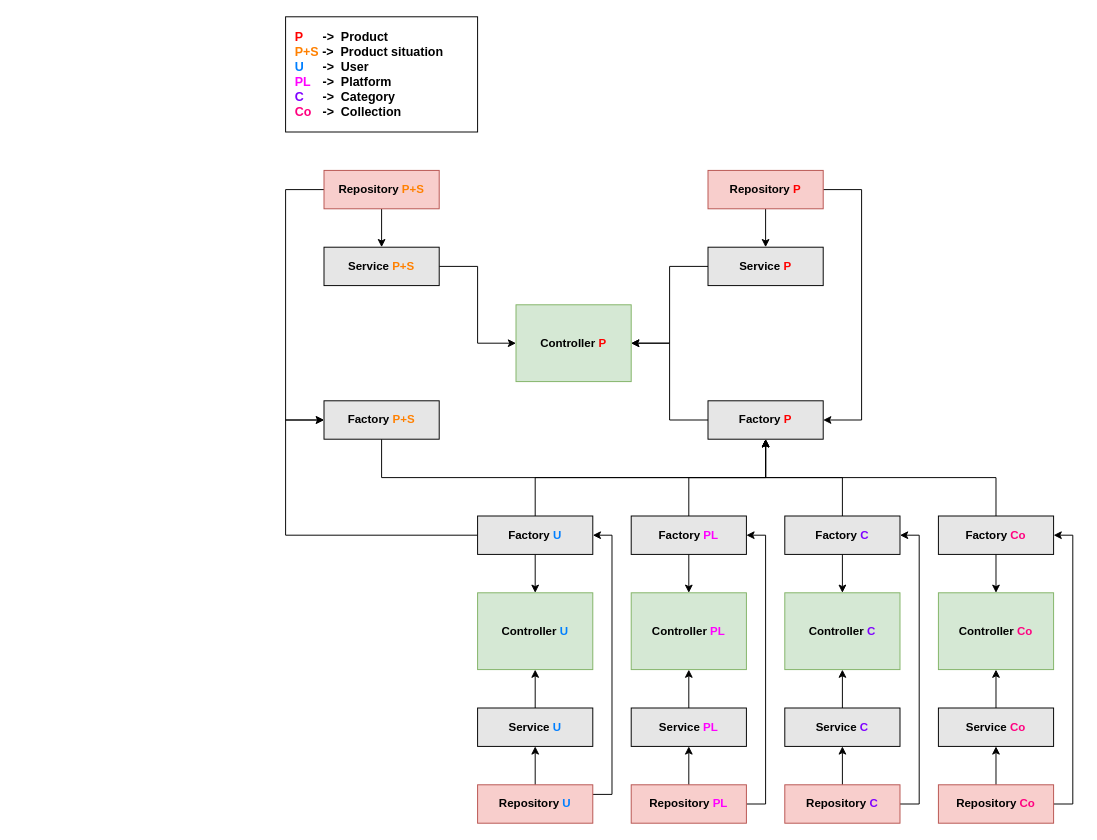
This is src/main/resources/warehouse.drawio from Rafael24595/java-warehouse-rest, a draw.io file, before an edit. Source tidied: cells renumbered, new cells numbered last; positions are measured from the earlier drawing's top-left corner, leaving out a move shared by most shapes. Both pictures are drawn from the tidied source at 96%, with x=0, y=0 at pixel (285, 16).
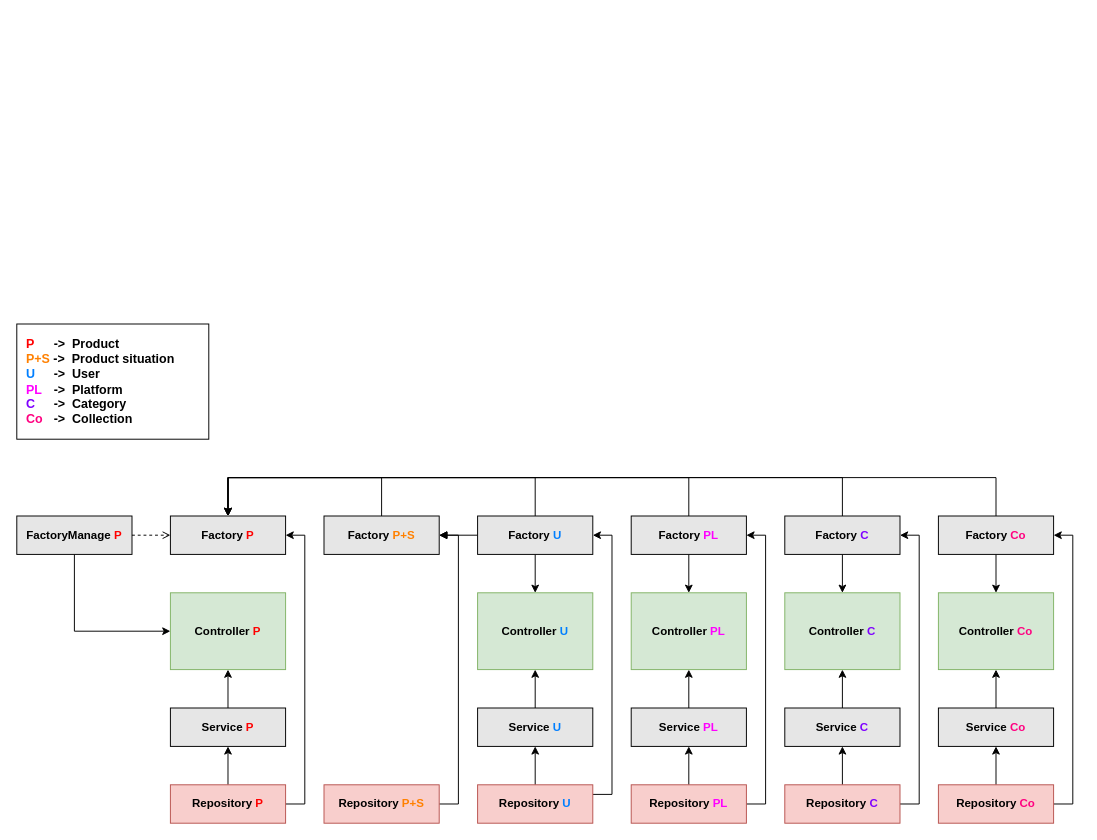
Above is the later version.

Unchanged cells that the change refers to:
```xml
<mxCell id="14" value="Factory &lt;font color=&quot;#007fff&quot;&gt;U&lt;/font&gt;" style="rounded=0;whiteSpace=wrap;html=1;fontStyle=1;fillColor=#E6E6E6;" parent="1" vertex="1">
  <mxGeometry x="200" y="520" width="120" height="40" as="geometry" />
</mxCell>
<mxCell id="17" value="Factory &lt;font color=&quot;#ff00ff&quot;&gt;PL&lt;/font&gt;" style="rounded=0;whiteSpace=wrap;html=1;fontStyle=1;fillColor=#E6E6E6;" parent="1" vertex="1">
  <mxGeometry x="360" y="520" width="120" height="40" as="geometry" />
</mxCell>
<mxCell id="20" value="Factory &lt;font color=&quot;#7f00ff&quot;&gt;C&lt;/font&gt;" style="rounded=0;whiteSpace=wrap;html=1;fontStyle=1;fillColor=#E6E6E6;" parent="1" vertex="1">
  <mxGeometry x="520" y="520" width="120" height="40" as="geometry" />
</mxCell>
<mxCell id="28" value="&lt;span style=&quot;&quot;&gt;Controller &lt;font color=&quot;#007fff&quot; style=&quot;font-size: 12px;&quot;&gt;U&lt;/font&gt;&lt;/span&gt;" style="rounded=0;whiteSpace=wrap;html=1;fontStyle=1;fillColor=#d5e8d4;shadow=0;glass=0;sketch=0;strokeColor=#82b366;" parent="1" vertex="1">
  <mxGeometry x="200" y="600" width="120" height="80" as="geometry" />
</mxCell>
<mxCell id="29" value="&lt;span style=&quot;&quot;&gt;Controller &lt;font color=&quot;#ff00ff&quot; style=&quot;font-size: 12px;&quot;&gt;PL&lt;/font&gt;&lt;/span&gt;" style="rounded=0;whiteSpace=wrap;html=1;fontStyle=1;fillColor=#d5e8d4;shadow=0;glass=0;sketch=0;strokeColor=#82b366;" parent="1" vertex="1">
  <mxGeometry x="360" y="600" width="120" height="80" as="geometry" />
</mxCell>
<mxCell id="48" value="Factory &lt;font color=&quot;#ff0080&quot;&gt;Co&lt;/font&gt;" style="rounded=0;whiteSpace=wrap;html=1;fontStyle=1;fillColor=#E6E6E6;" parent="1" vertex="1">
  <mxGeometry x="680" y="520" width="120" height="40" as="geometry" />
</mxCell>
```

Change to the diagram source:
```diff
@@
-    <mxCell id="2" value="&lt;span style=&quot;&quot;&gt;Controller &lt;font style=&quot;font-size: 12px;&quot; color=&quot;#ff0000&quot;&gt;P&lt;/font&gt;&lt;/span&gt;" style="rounded=0;whiteSpace=wrap;html=1;fontStyle=1;shadow=0;glass=0;sketch=0;fillStyle=auto;fillColor=#d5e8d4;strokeColor=#82b366;" parent="1" vertex="1">
-      <mxGeometry x="240" y="300" width="120" height="80" as="geometry" />
-    </mxCell>
-    <mxCell id="3" style="edgeStyle=orthogonalEdgeStyle;rounded=0;jettySize=auto;html=1;entryX=1;entryY=0.5;entryDx=0;entryDy=0;fontStyle=1;" parent="1" edge="1" source="5" target="2">
-      <mxGeometry relative="1" as="geometry" />
-    </mxCell>
-    <mxCell id="4" style="edgeStyle=orthogonalEdgeStyle;rounded=0;jettySize=auto;html=1;fontStyle=1;exitX=1;exitY=0.5;exitDx=0;exitDy=0;" parent="1" edge="1" source="22">
-      <mxGeometry relative="1" as="geometry">
-        <mxPoint x="560" y="420" as="targetPoint" />
-        <Array as="points">
-          <mxPoint x="600" y="180" />
-          <mxPoint x="600" y="420" />
-        </Array>
-      </mxGeometry>
-    </mxCell>
-    <mxCell id="5" value="Service &lt;font color=&quot;#ff0000&quot;&gt;P&lt;/font&gt;" style="rounded=0;whiteSpace=wrap;html=1;fontStyle=1;fillColor=#E6E6E6;" parent="1" vertex="1">
-      <mxGeometry x="440" y="240" width="120" height="40" as="geometry" />
-    </mxCell>
-    <mxCell id="6" style="edgeStyle=orthogonalEdgeStyle;rounded=0;jettySize=auto;html=1;entryX=0;entryY=0.5;entryDx=0;entryDy=0;fontStyle=1;" parent="1" edge="1" source="8" target="2">
-      <mxGeometry relative="1" as="geometry" />
-    </mxCell>
-    <mxCell id="7" style="edgeStyle=orthogonalEdgeStyle;rounded=0;jettySize=auto;html=1;exitX=0;exitY=0.5;exitDx=0;exitDy=0;entryX=0;entryY=0.5;entryDx=0;entryDy=0;fontStyle=1;" parent="1" edge="1" source="24" target="26">
-      <mxGeometry relative="1" as="geometry">
-        <Array as="points">
-          <mxPoint y="180" />
-          <mxPoint y="420" />
-        </Array>
-      </mxGeometry>
-    </mxCell>
-    <mxCell id="8" value="Service &lt;font color=&quot;#ff8000&quot;&gt;P+S&lt;/font&gt;" style="rounded=0;whiteSpace=wrap;html=1;fontStyle=1;fillColor=#E6E6E6;" parent="1" vertex="1">
-      <mxGeometry x="40" y="240" width="120" height="40" as="geometry" />
-    </mxCell>
-    <mxCell id="9" style="edgeStyle=orthogonalEdgeStyle;rounded=0;jettySize=auto;html=1;entryX=1;entryY=0.5;entryDx=0;entryDy=0;fontStyle=1;" parent="1" edge="1" source="10" target="2">
-      <mxGeometry relative="1" as="geometry" />
-    </mxCell>
-    <mxCell id="10" value="Factory &lt;font color=&quot;#ff0000&quot;&gt;P&lt;/font&gt;" style="rounded=0;whiteSpace=wrap;html=1;fontStyle=1;fillColor=#E6E6E6;" parent="1" vertex="1">
-      <mxGeometry x="440" y="400" width="120" height="40" as="geometry" />
-    </mxCell>
+    <mxCell id="12" style="edgeStyle=orthogonalEdgeStyle;rounded=0;jumpStyle=none;jettySize=auto;html=1;fontSize=12;fontColor=#7F00FF;endArrow=classic;endFill=1;" parent="1" edge="1" source="14" target="28">
+      <mxGeometry relative="1" as="geometry" />
+    </mxCell>
-    <mxCell id="11" style="edgeStyle=orthogonalEdgeStyle;rounded=0;jettySize=auto;html=1;entryX=0;entryY=0.5;entryDx=0;entryDy=0;fontStyle=1;" parent="1" edge="1" source="14" target="26">
-      <mxGeometry relative="1" as="geometry">
-        <Array as="points">
-          <mxPoint y="540" />
-          <mxPoint y="420" />
-        </Array>
-      </mxGeometry>
+    <mxCell id="11" style="edgeStyle=orthogonalEdgeStyle;rounded=0;jettySize=auto;html=1;entryX=1;entryY=0.5;entryDx=0;entryDy=0;endArrow=block;endFill=1;" parent="1" edge="1" source="14" target="26">
+      <mxGeometry relative="1" as="geometry" />
     </mxCell>
-    <mxCell id="12" style="edgeStyle=orthogonalEdgeStyle;rounded=0;jumpStyle=none;jettySize=auto;html=1;fontSize=12;fontColor=#7F00FF;endArrow=classic;endFill=1;" parent="1" edge="1" source="14" target="28">
-      <mxGeometry relative="1" as="geometry" />
-    </mxCell>
-    <mxCell id="13" style="edgeStyle=orthogonalEdgeStyle;rounded=0;jettySize=auto;html=1;entryX=0.5;entryY=1;entryDx=0;entryDy=0;" parent="1" edge="1" source="14" target="10">
+    <mxCell id="13" style="edgeStyle=orthogonalEdgeStyle;rounded=0;jettySize=auto;html=1;entryX=0.5;entryY=0;entryDx=0;entryDy=0;endArrow=classic;endFill=1;" parent="1" edge="1" source="14" target="10">
       <mxGeometry relative="1" as="geometry">
         <Array as="points">
           <mxPoint x="260" y="480" />
-          <mxPoint x="500" y="480" />
+          <mxPoint x="-60" y="480" />
         </Array>
       </mxGeometry>
     </mxCell>
@@
+    <mxCell id="16" style="edgeStyle=orthogonalEdgeStyle;rounded=0;jumpStyle=none;jettySize=auto;html=1;entryX=0.5;entryY=0;entryDx=0;entryDy=0;fontSize=12;fontColor=#7F00FF;endArrow=classic;endFill=1;" parent="1" edge="1" source="17" target="29">
+      <mxGeometry relative="1" as="geometry" />
+    </mxCell>
-    <mxCell id="15" style="edgeStyle=orthogonalEdgeStyle;rounded=0;jettySize=auto;html=1;entryX=0.5;entryY=1;entryDx=0;entryDy=0;fontStyle=1;" parent="1" edge="1" source="17" target="10">
-      <mxGeometry relative="1" as="geometry" />
+    <mxCell id="15" style="edgeStyle=orthogonalEdgeStyle;rounded=0;jettySize=auto;html=1;entryX=0.5;entryY=0;entryDx=0;entryDy=0;endArrow=classic;endFill=1;" parent="1" edge="1" source="17" target="10">
+      <mxGeometry relative="1" as="geometry">
+        <Array as="points">
+          <mxPoint x="420" y="480" />
+          <mxPoint x="-60" y="480" />
+        </Array>
+      </mxGeometry>
     </mxCell>
-    <mxCell id="16" style="edgeStyle=orthogonalEdgeStyle;rounded=0;jumpStyle=none;jettySize=auto;html=1;entryX=0.5;entryY=0;entryDx=0;entryDy=0;fontSize=12;fontColor=#7F00FF;endArrow=classic;endFill=1;" parent="1" edge="1" source="17" target="29">
-      <mxGeometry relative="1" as="geometry" />
-    </mxCell>
@@
-    <mxCell id="19" style="edgeStyle=orthogonalEdgeStyle;rounded=0;jettySize=auto;html=1;entryX=0.5;entryY=1;entryDx=0;entryDy=0;" parent="1" edge="1" source="20" target="10">
-      <mxGeometry relative="1" as="geometry" />
+    <mxCell id="19" style="edgeStyle=orthogonalEdgeStyle;rounded=0;jettySize=auto;html=1;entryX=0.5;entryY=0;entryDx=0;entryDy=0;endArrow=classic;endFill=1;" parent="1" edge="1" source="20" target="10">
+      <mxGeometry relative="1" as="geometry">
+        <Array as="points">
+          <mxPoint x="580" y="480" />
+          <mxPoint x="-60" y="480" />
+        </Array>
+      </mxGeometry>
     </mxCell>
@@
-    <mxCell id="21" style="edgeStyle=orthogonalEdgeStyle;rounded=0;jettySize=auto;html=1;entryX=0.5;entryY=0;entryDx=0;entryDy=0;fontStyle=1;" parent="1" edge="1" source="22" target="5">
-      <mxGeometry relative="1" as="geometry" />
-    </mxCell>
-    <mxCell id="22" value="Repository &lt;font color=&quot;#ff0000&quot;&gt;P&lt;/font&gt;" style="rounded=0;whiteSpace=wrap;html=1;fontStyle=1;fillColor=#f8cecc;strokeColor=#b85450;" parent="1" vertex="1">
-      <mxGeometry x="440" y="160" width="120" height="40" as="geometry" />
-    </mxCell>
-    <mxCell id="23" style="edgeStyle=orthogonalEdgeStyle;rounded=0;jettySize=auto;html=1;fontStyle=1;" parent="1" edge="1" source="24" target="8">
-      <mxGeometry relative="1" as="geometry" />
-    </mxCell>
+    <mxCell id="7" style="edgeStyle=orthogonalEdgeStyle;rounded=0;jettySize=auto;html=1;entryX=1;entryY=0.5;entryDx=0;entryDy=0;endArrow=block;endFill=1;" parent="1" edge="1" source="24" target="26">
+      <mxGeometry relative="1" as="geometry">
+        <Array as="points">
+          <mxPoint x="180" y="820" />
+          <mxPoint x="180" y="540" />
+        </Array>
+      </mxGeometry>
+    </mxCell>
     <mxCell id="24" value="Repository &lt;font color=&quot;#ff8000&quot;&gt;P+S&lt;/font&gt;" style="rounded=0;whiteSpace=wrap;html=1;fontStyle=1;fillColor=#f8cecc;strokeColor=#b85450;" parent="1" vertex="1">
-      <mxGeometry x="40" y="160" width="120" height="40" as="geometry" />
+      <mxGeometry x="40" y="800" width="120" height="40" as="geometry" />
     </mxCell>
-    <mxCell id="25" style="edgeStyle=orthogonalEdgeStyle;rounded=0;jettySize=auto;html=1;entryX=0.5;entryY=1;entryDx=0;entryDy=0;fontStyle=1;" parent="1" edge="1" source="26" target="10">
+    <mxCell id="25" style="edgeStyle=orthogonalEdgeStyle;rounded=0;jettySize=auto;html=1;entryX=0.5;entryY=0;entryDx=0;entryDy=0;endArrow=classic;endFill=1;" parent="1" edge="1" source="26" target="10">
       <mxGeometry relative="1" as="geometry">
         <Array as="points">
           <mxPoint x="100" y="480" />
-          <mxPoint x="500" y="480" />
+          <mxPoint x="-60" y="480" />
         </Array>
       </mxGeometry>
     </mxCell>
     <mxCell id="26" value="Factory &lt;font color=&quot;#ff8000&quot;&gt;P+S&lt;/font&gt;" style="rounded=0;whiteSpace=wrap;html=1;fontStyle=1;fillColor=#E6E6E6;" parent="1" vertex="1">
-      <mxGeometry x="40" y="400" width="120" height="40" as="geometry" />
+      <mxGeometry x="40" y="520" width="120" height="40" as="geometry" />
     </mxCell>
     <mxCell id="27" value="&lt;font color=&quot;#ff0000&quot;&gt;P&lt;/font&gt; &lt;span style=&quot;white-space: pre;&quot;&gt;&#9;&lt;/span&gt;-&amp;gt;&amp;nbsp; Product&lt;br style=&quot;&quot;&gt;&lt;font color=&quot;#ff8000&quot;&gt;P+S&lt;/font&gt; -&amp;gt;&amp;nbsp; Product situation&lt;br style=&quot;&quot;&gt;&lt;font color=&quot;#007fff&quot;&gt;U&lt;/font&gt; &lt;span style=&quot;white-space: pre;&quot;&gt;&#9;&lt;/span&gt;-&amp;gt;&amp;nbsp; User&lt;br style=&quot;&quot;&gt;&lt;font color=&quot;#ff00ff&quot;&gt;PL&lt;/font&gt; &lt;span style=&quot;white-space: pre;&quot;&gt;&#9;&lt;/span&gt;-&amp;gt;&amp;nbsp; Platform&lt;br style=&quot;&quot;&gt;&lt;div style=&quot;&quot;&gt;&lt;span style=&quot;background-color: initial;&quot;&gt;&lt;font color=&quot;#7f00ff&quot;&gt;C&lt;/font&gt; &lt;span style=&quot;white-space: pre;&quot;&gt;&#9;&lt;/span&gt;-&amp;gt;&amp;nbsp; Category&lt;/span&gt;&lt;/div&gt;&lt;div style=&quot;&quot;&gt;&lt;span style=&quot;background-color: initial;&quot;&gt;&lt;font color=&quot;#ff0080&quot;&gt;Co&lt;/font&gt;&lt;span style=&quot;white-space: pre;&quot;&gt;&#9;&lt;/span&gt;-&amp;gt;&amp;nbsp; Collection&lt;/span&gt;&lt;/div&gt;" style="rounded=0;whiteSpace=wrap;html=1;fontSize=13;align=left;fontStyle=1;spacing=10;" parent="1" vertex="1">
-      <mxGeometry width="200" height="120" as="geometry" />
+      <mxGeometry x="-280" y="320" width="200" height="120" as="geometry" />
     </mxCell>
@@
-    <mxCell id="47" style="edgeStyle=orthogonalEdgeStyle;rounded=0;jettySize=auto;html=1;entryX=0.5;entryY=1;entryDx=0;entryDy=0;fontColor=#FF0080;" parent="1" edge="1" source="48" target="10">
+    <mxCell id="47" style="edgeStyle=orthogonalEdgeStyle;rounded=0;jettySize=auto;html=1;entryX=0.5;entryY=0;entryDx=0;entryDy=0;endArrow=classic;endFill=1;" parent="1" edge="1" source="48" target="10">
       <mxGeometry relative="1" as="geometry">
         <Array as="points">
           <mxPoint x="740" y="480" />
-          <mxPoint x="500" y="480" />
+          <mxPoint x="-60" y="480" />
         </Array>
       </mxGeometry>
     </mxCell>
@@
+    <mxCell id="10" value="Factory &lt;font color=&quot;#ff0000&quot;&gt;P&lt;/font&gt;" style="rounded=0;whiteSpace=wrap;html=1;fontStyle=1;fillColor=#E6E6E6;" parent="1" vertex="1">
+      <mxGeometry x="-120" y="520" width="120" height="40" as="geometry" />
+    </mxCell>
+    <mxCell id="55" style="edgeStyle=orthogonalEdgeStyle;rounded=0;jettySize=auto;html=1;entryX=0;entryY=0.5;entryDx=0;entryDy=0;endArrow=classic;endFill=1;" parent="1" edge="1" source="57" target="2">
+      <mxGeometry relative="1" as="geometry">
+        <Array as="points">
+          <mxPoint x="-220" y="640" />
+        </Array>
+      </mxGeometry>
+    </mxCell>
+    <mxCell id="56" style="edgeStyle=orthogonalEdgeStyle;rounded=0;jettySize=auto;html=1;entryX=0;entryY=0.5;entryDx=0;entryDy=0;endArrow=open;endFill=0;dashed=1;" parent="1" edge="1" source="57" target="10">
+      <mxGeometry relative="1" as="geometry" />
+    </mxCell>
+    <mxCell id="57" value="FactoryManage&amp;nbsp;&lt;font color=&quot;#ff0000&quot;&gt;P&lt;/font&gt;" style="rounded=0;whiteSpace=wrap;html=1;fontStyle=1;fillColor=#E6E6E6;" parent="1" vertex="1">
+      <mxGeometry x="-280" y="520" width="120" height="40" as="geometry" />
+    </mxCell>
+    <mxCell id="2" value="&lt;span style=&quot;&quot;&gt;Controller &lt;font style=&quot;font-size: 12px;&quot; color=&quot;#ff0000&quot;&gt;P&lt;/font&gt;&lt;/span&gt;" style="rounded=0;whiteSpace=wrap;html=1;fontStyle=1;shadow=0;glass=0;sketch=0;fillStyle=auto;fillColor=#d5e8d4;strokeColor=#82b366;" parent="1" vertex="1">
+      <mxGeometry x="-120" y="600" width="120" height="80" as="geometry" />
+    </mxCell>
+    <mxCell id="3" style="edgeStyle=orthogonalEdgeStyle;rounded=0;jettySize=auto;html=1;entryX=0.5;entryY=1;entryDx=0;entryDy=0;endArrow=classic;endFill=1;" parent="1" edge="1" source="5" target="2">
+      <mxGeometry relative="1" as="geometry" />
+    </mxCell>
+    <mxCell id="5" value="Service &lt;font color=&quot;#ff0000&quot;&gt;P&lt;/font&gt;" style="rounded=0;whiteSpace=wrap;html=1;fontStyle=1;fillColor=#E6E6E6;" parent="1" vertex="1">
+      <mxGeometry x="-120" y="720" width="120" height="40" as="geometry" />
+    </mxCell>
+    <mxCell id="58" style="edgeStyle=orthogonalEdgeStyle;rounded=0;jettySize=auto;html=1;entryX=1;entryY=0.5;entryDx=0;entryDy=0;endArrow=classic;endFill=1;" parent="1" edge="1" source="22" target="10">
+      <mxGeometry relative="1" as="geometry">
+        <Array as="points">
+          <mxPoint x="20" y="820" />
+          <mxPoint x="20" y="540" />
+        </Array>
+      </mxGeometry>
+    </mxCell>
+    <mxCell id="21" style="edgeStyle=orthogonalEdgeStyle;rounded=0;jettySize=auto;html=1;endArrow=classic;endFill=1;" parent="1" edge="1" source="22" target="5">
+      <mxGeometry relative="1" as="geometry" />
+    </mxCell>
+    <mxCell id="22" value="Repository &lt;font color=&quot;#ff0000&quot;&gt;P&lt;/font&gt;" style="rounded=0;whiteSpace=wrap;html=1;fontStyle=1;fillColor=#f8cecc;strokeColor=#b85450;" parent="1" vertex="1">
+      <mxGeometry x="-120" y="800" width="120" height="40" as="geometry" />
+    </mxCell>
```
